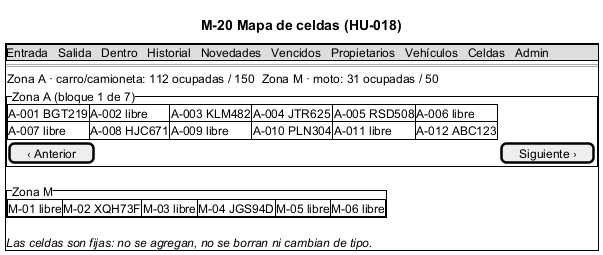
This is docs/latex/diagrams/mockups/M-20_MapaCeldas.png from NotDual2024/Autos-Colombia-Equipo-31-Actualizacion, a PlantUML export, as it was before one commit.
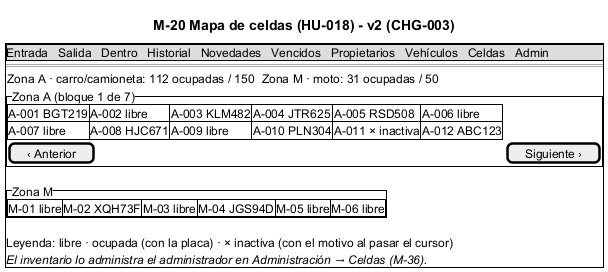
The same file after the commit.

The edit, as a diff of the source:
```diff
@@ -1,5 +1,5 @@
 @startsalt M-20_MapaCeldas
-title M-20 Mapa de celdas (HU-018)
+title M-20 Mapa de celdas (HU-018) - v2 (CHG-003)
 {+
   {* Entrada | Salida | Dentro | Historial | Novedades | Vencidos | Propietarios | Vehículos | Celdas | Admin }
   ==
@@ -7,7 +7,7 @@
   {^"Zona A (bloque 1 de 7)"
     {#
       A-001 BGT219 | A-002 libre | A-003 KLM482 | A-004 JTR625 | A-005 RSD508 | A-006 libre
-      A-007 libre | A-008 HJC671 | A-009 libre | A-010 PLN304 | A-011 libre | A-012 ABC123
+      A-007 libre | A-008 HJC671 | A-009 libre | A-010 PLN304 | A-011 × inactiva | A-012 ABC123
     }
     [‹ Anterior] | [Siguiente ›]
   }
@@ -16,6 +16,7 @@
       M-01 libre | M-02 XQH73F | M-03 libre | M-04 JGS94D | M-05 libre | M-06 libre
     }
   }
-  <i>Las celdas son fijas: no se agregan, no se borran ni cambian de tipo.</i>
+  Leyenda: libre · ocupada (con la placa) · × inactiva (con el motivo al pasar el cursor)
+  <i>El inventario lo administra el administrador en Administración → Celdas (M-36).</i>
 }
 @endsalt
```
